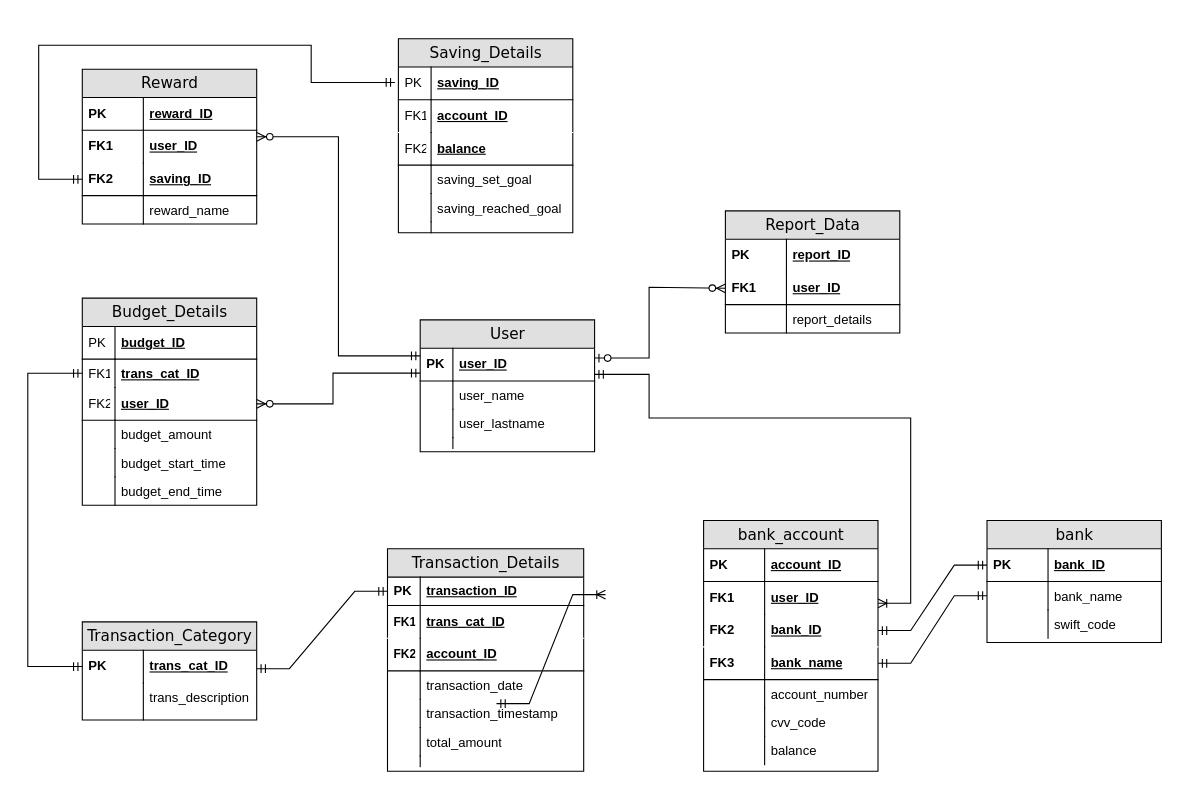
Earlier version of the draw.io diagram Untitled Diagram.drawio (cibusse/diagrams). Source tidied: cells renumbered, new cells numbered last; positions are measured from the earlier drawing's top-left corner, leaving out a move shared by most shapes. Both pictures are drawn from the tidied source at 109%, with x=0, y=0 at pixel (27, 38).
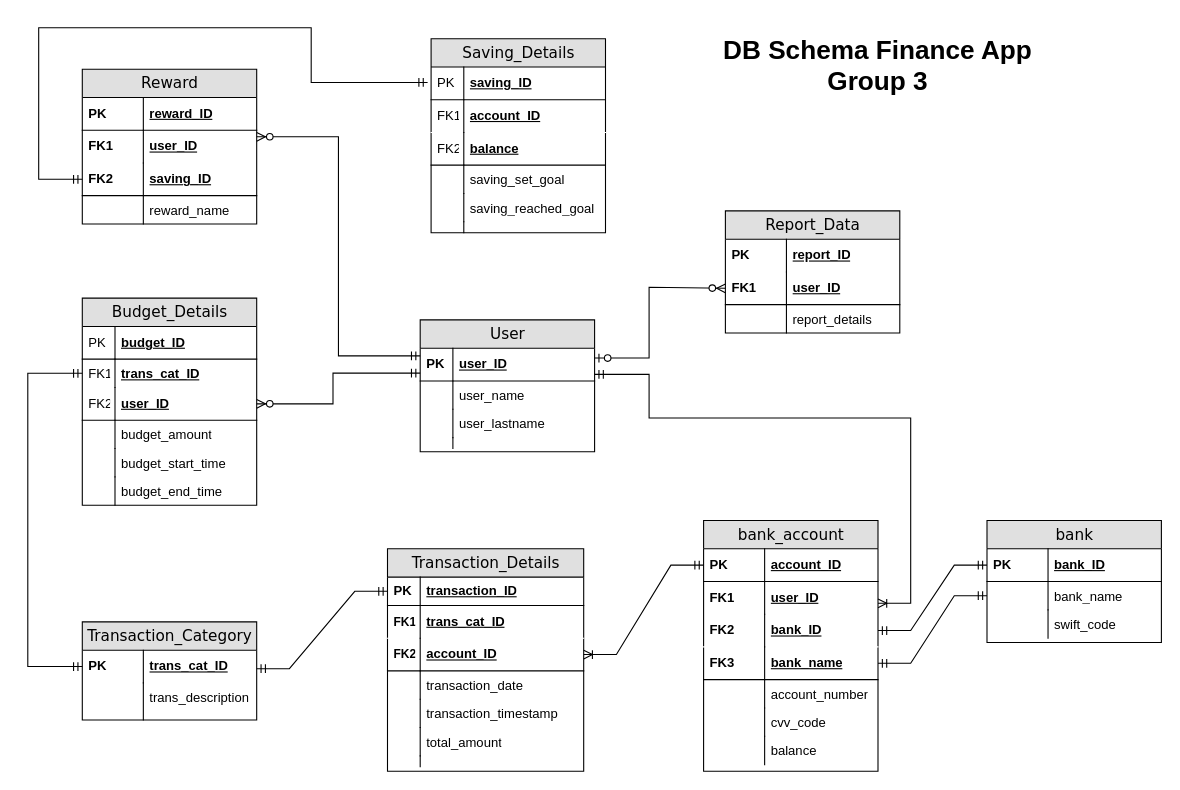
The same diagram, later.

The change refers to these unchanged cells:
```xml
<mxCell id="7" value="saving_ID" style="shape=partialRectangle;top=0;left=0;right=0;bottom=1;html=1;align=left;verticalAlign=middle;fillColor=none;spacingLeft=60;spacingRight=4;whiteSpace=wrap;overflow=hidden;points=[[0,0.5],[1,0.5]];portConstraint=eastwest;fontStyle=5;" parent="2" vertex="1">
  <mxGeometry y="86" width="160" height="30" as="geometry" />
</mxCell>
<mxCell id="12" value="saving_ID" style="shape=partialRectangle;top=0;left=0;right=0;bottom=1;html=1;align=left;verticalAlign=middle;fillColor=none;spacingLeft=34;spacingRight=4;whiteSpace=wrap;overflow=hidden;points=[[0,0.5],[1,0.5]];portConstraint=eastwest;fontStyle=5;" parent="11" vertex="1">
  <mxGeometry y="26" width="160" height="30" as="geometry" />
</mxCell>
<mxCell id="29" value="account_ID" style="shape=partialRectangle;top=0;left=0;right=0;bottom=1;html=1;align=left;verticalAlign=middle;fillColor=none;spacingLeft=34;spacingRight=4;whiteSpace=wrap;overflow=hidden;points=[[0,0.5],[1,0.5]];portConstraint=eastwest;fontStyle=5;" parent="24" vertex="1">
  <mxGeometry y="82" width="180" height="30" as="geometry" />
</mxCell>
<mxCell id="49" value="account_ID" style="shape=partialRectangle;top=0;left=0;right=0;bottom=1;html=1;align=left;verticalAlign=middle;fillColor=none;spacingLeft=60;spacingRight=4;whiteSpace=wrap;overflow=hidden;points=[[0,0.5],[1,0.5]];portConstraint=eastwest;fontStyle=5;" parent="48" vertex="1">
  <mxGeometry y="26" width="160" height="30" as="geometry" />
</mxCell>
```

Change to the diagram source:
```diff
@@
     <mxCell id="11" value="Saving_Details" style="swimlane;html=1;fontStyle=0;horizontal=1;startSize=26;fillColor=#e0e0e0;swimlaneFillColor=#ffffff;align=center;rounded=0;shadow=0;comic=0;labelBackgroundColor=none;strokeWidth=1;fontFamily=Verdana;fontSize=14;swimlaneLine=1;" parent="1" vertex="1">
-      <mxGeometry x="340" width="160" height="178" as="geometry" />
+      <mxGeometry x="370" width="160" height="178" as="geometry" />
     </mxCell>
@@
     <mxCell id="101" style="edgeStyle=orthogonalEdgeStyle;fontSize=12;html=1;endArrow=ERmandOne;startArrow=ERmandOne;rounded=0;elbow=vertical;entryX=-0.02;entryY=0.471;entryDx=0;entryDy=0;exitX=0;exitY=0.5;exitDx=0;exitDy=0;entryPerimeter=0;" parent="1" edge="1" source="7" target="12">
       <mxGeometry relative="1" as="geometry">
         <Array as="points">
           <mxPoint x="10" y="129" />
-          <mxPoint x="10" y="6" />
-          <mxPoint x="260" y="6" />
+          <mxPoint x="10" y="-10" />
+          <mxPoint x="260" y="-10" />
           <mxPoint x="260" y="40" />
         </Array>
       </mxGeometry>
     </mxCell>
@@
-    <mxCell id="104" style="edgeStyle=entityRelationEdgeStyle;fontSize=12;html=1;endArrow=ERoneToMany;startArrow=ERmandOne;rounded=0;" parent="1" edge="1">
+    <mxCell id="104" style="edgeStyle=entityRelationEdgeStyle;fontSize=12;html=1;endArrow=ERoneToMany;startArrow=ERmandOne;rounded=0;entryX=1;entryY=0.5;entryDx=0;entryDy=0;exitX=0;exitY=0.5;exitDx=0;exitDy=0;" parent="1" edge="1" source="49" target="29">
       <mxGeometry relative="1" as="geometry">
-        <mxPoint x="430" y="610" as="sourcePoint" />
-        <mxPoint x="530" y="510" as="targetPoint" />
+        <Array as="points">
+          <mxPoint x="600" y="510" />
+        </Array>
       </mxGeometry>
     </mxCell>
+    <mxCell id="105" value="&lt;b&gt;&lt;font style=&quot;font-size: 24px;&quot;&gt;DB Schema Finance App Group 3&lt;/font&gt;&lt;/b&gt;" style="text;html=1;align=center;verticalAlign=middle;whiteSpace=wrap;rounded=0;" parent="1" vertex="1">
+      <mxGeometry x="630" y="10" width="300" height="30" as="geometry" />
+    </mxCell>
```
